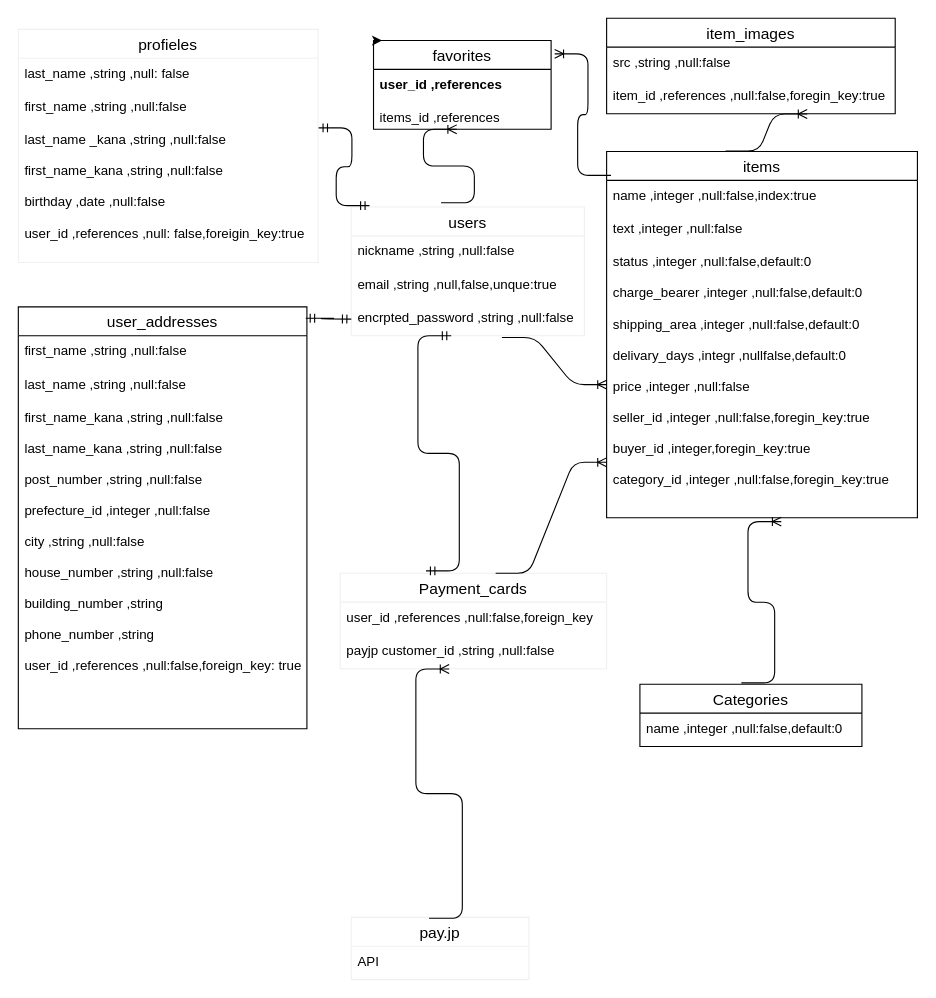
This is app/views/database.dio from takared44/furima-36069, a draw.io file, before an edit. Source tidied: cells renumbered, new cells numbered last; positions are measured from the earlier drawing's top-left corner, leaving out a move shared by most shapes. Both pictures are drawn from the tidied source at 111%, with x=0, y=0 at pixel (18, 18).
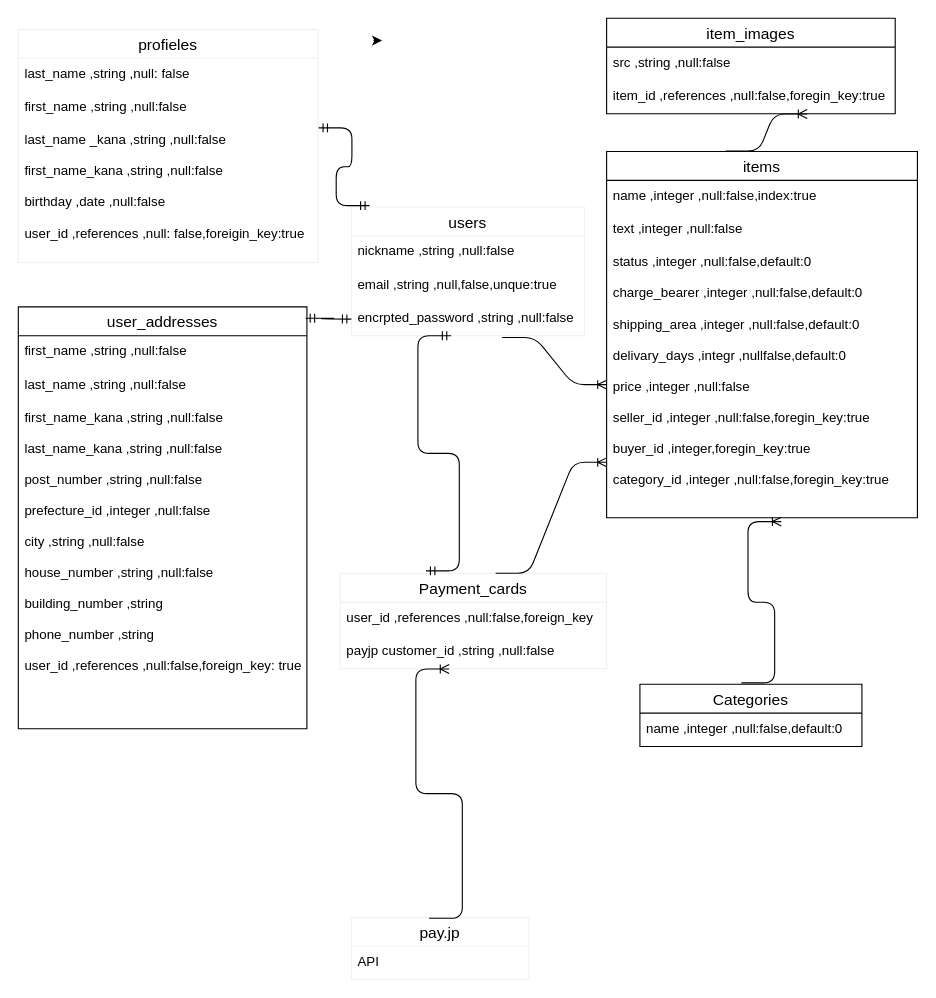
The same diagram, later.

Commit message (it also covers changes not shown here):
## favoritesテーブル削除

Unchanged cells that the change refers to:
```xml
<mxCell id="6" value="users" style="swimlane;fontStyle=0;horizontal=1;startSize=26;align=center;fontSize=14;strokeColor=#f0f0f0;" parent="1" vertex="1">
  <mxGeometry x="300" y="170" width="210" height="116" as="geometry" />
</mxCell>
<mxCell id="26" value="items" style="swimlane;fontStyle=0;horizontal=1;startSize=26;align=center;fontSize=14;fillColor=none;gradientColor=none;" parent="1" vertex="1">
  <mxGeometry x="530" y="120" width="280" height="330" as="geometry" />
</mxCell>
```

Change to the diagram source:
```diff
@@
-    <mxCell id="2" value="favorites" style="swimlane;fontStyle=0;horizontal=1;startSize=26;align=center;fontSize=14;" parent="1" vertex="1">
-      <mxGeometry x="320" y="20" width="160" height="80" as="geometry" />
-    </mxCell>
-    <mxCell id="3" value="user_id ,references" style="text;strokeColor=none;fillColor=none;spacingLeft=4;spacingRight=4;overflow=hidden;fontSize=12;fontStyle=1;" parent="2" vertex="1">
-      <mxGeometry y="26" width="160" height="30" as="geometry" />
-    </mxCell>
-    <mxCell id="4" value="items_id ,references&#10;" style="text;strokeColor=none;fillColor=none;spacingLeft=4;spacingRight=4;overflow=hidden;fontSize=12;" parent="2" vertex="1">
-      <mxGeometry y="56" width="160" height="24" as="geometry" />
-    </mxCell>
-    <mxCell id="5" style="edgeStyle=orthogonalEdgeStyle;rounded=0;orthogonalLoop=1;jettySize=auto;html=1;exitX=0;exitY=0;exitDx=0;exitDy=0;entryX=0.048;entryY=-0.01;entryDx=0;entryDy=0;entryPerimeter=0;" parent="1" edge="1" source="2" target="2">
-      <mxGeometry relative="1" as="geometry" />
+    <mxCell id="5" style="edgeStyle=orthogonalEdgeStyle;rounded=0;orthogonalLoop=1;jettySize=auto;html=1;exitX=0;exitY=0;exitDx=0;exitDy=0;entryX=0.048;entryY=-0.01;entryDx=0;entryDy=0;entryPerimeter=0;" parent="1" edge="1">
+      <mxGeometry relative="1" as="geometry">
+        <mxPoint x="320" y="20" as="sourcePoint" />
+        <mxPoint x="327.7" y="19.5" as="targetPoint" />
+      </mxGeometry>
     </mxCell>
@@
-    <mxCell id="32" style="edgeStyle=entityRelationEdgeStyle;fontSize=12;html=1;endArrow=ERoneToMany;exitX=0.385;exitY=-0.033;exitDx=0;exitDy=0;exitPerimeter=0;" parent="1" edge="1" source="6">
-      <mxGeometry relative="1" as="geometry">
-        <mxPoint x="395" y="100" as="targetPoint" />
-      </mxGeometry>
-    </mxCell>
@@
-    <mxCell id="37" style="edgeStyle=entityRelationEdgeStyle;fontSize=12;html=1;endArrow=ERoneToMany;exitX=0.014;exitY=0.065;exitDx=0;exitDy=0;exitPerimeter=0;entryX=1.02;entryY=0.15;entryDx=0;entryDy=0;entryPerimeter=0;" parent="1" edge="1" source="26" target="2">
-      <mxGeometry relative="1" as="geometry" />
-    </mxCell>
```
